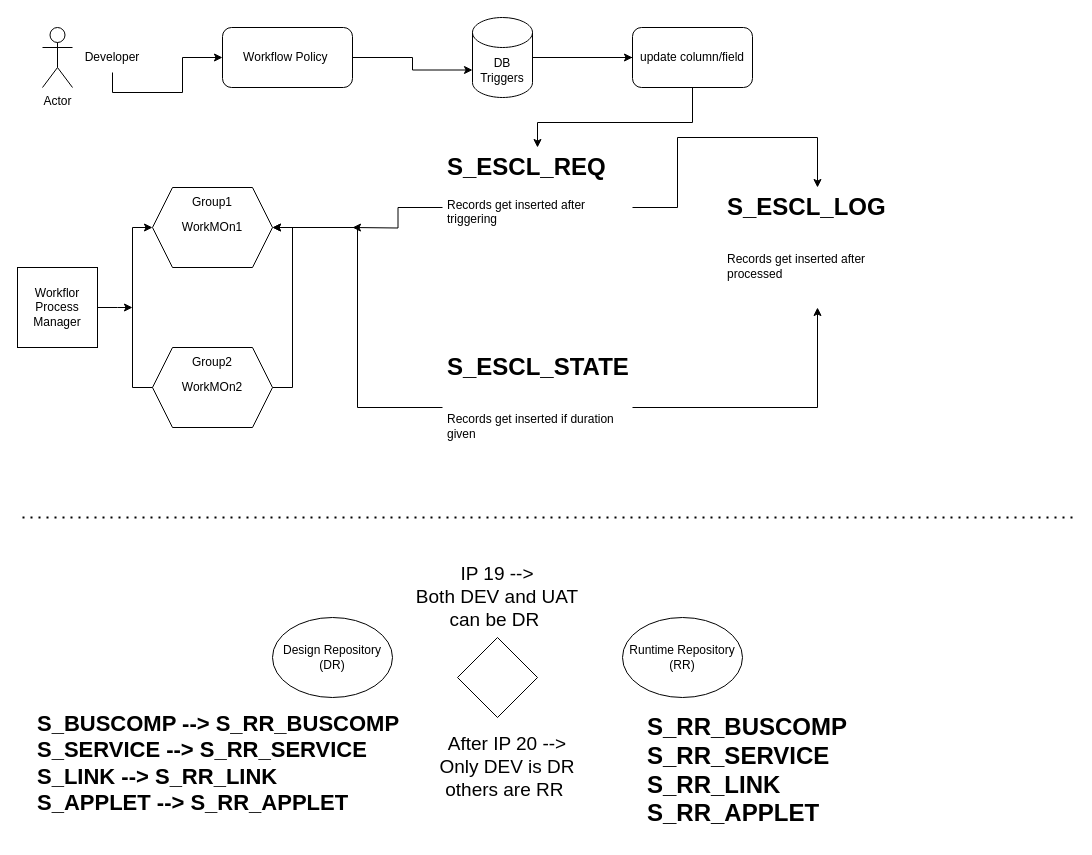
Earlier version of the draw.io diagram S_ESCL_REQ.drawio (Sagarraj2401/SiebelWorkspace). Source tidied: cells renumbered, new cells numbered last; positions are measured from the earlier drawing's top-left corner, leaving out a move shared by most shapes. Both pictures are drawn from the tidied source at 100%, with x=0, y=0 at pixel (17, 17).
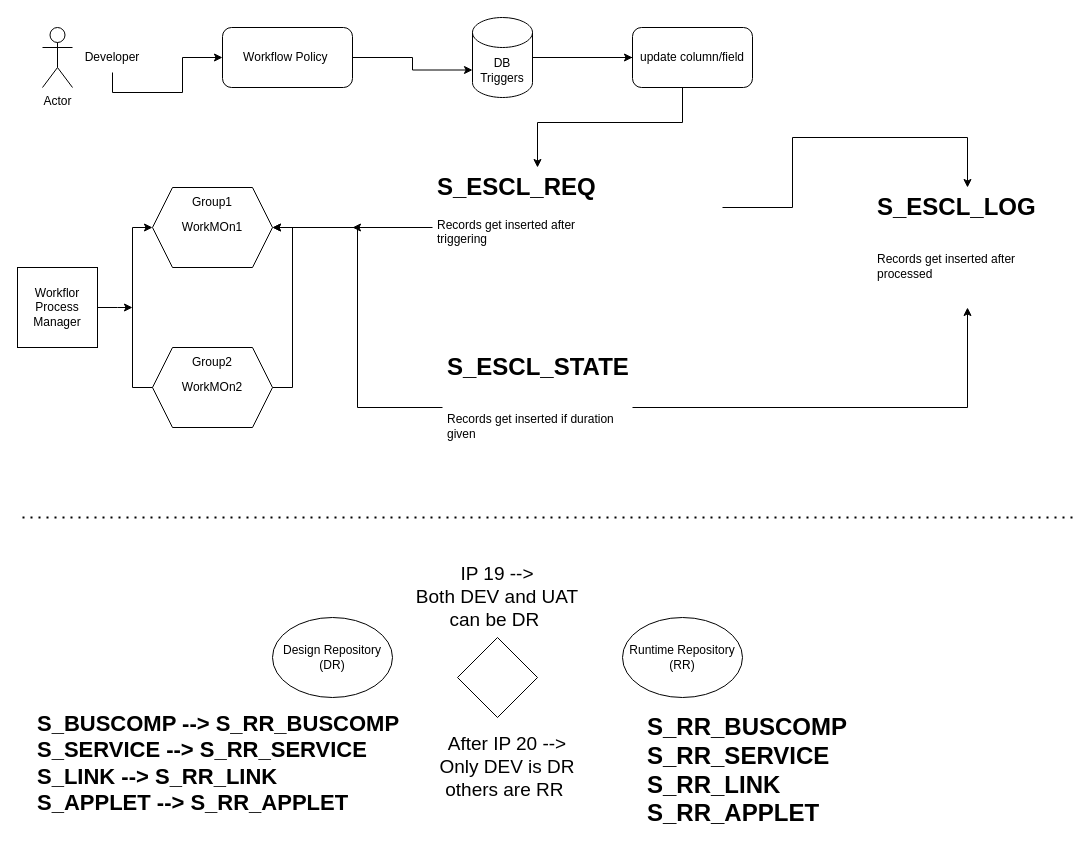
The same page after the edit.

The change refers to these unchanged cells:
```xml
<mxCell id="10" value="DB Triggers" style="shape=cylinder3;whiteSpace=wrap;html=1;boundedLbl=1;backgroundOutline=1;size=15;" parent="1" vertex="1">
  <mxGeometry x="455" width="60" height="80" as="geometry" />
</mxCell>
```

Diff of the diagram source:
```diff
@@
     <mxCell id="8" style="edgeStyle=orthogonalEdgeStyle;rounded=0;jettySize=auto;html=1;" parent="1" edge="1" source="10" target="21">
       <mxGeometry relative="1" as="geometry">
         <Array as="points">
-          <mxPoint x="675" y="40" />
-          <mxPoint x="675" y="105" />
+          <mxPoint x="665" y="40" />
+          <mxPoint x="665" y="105" />
           <mxPoint x="520" y="105" />
         </Array>
       </mxGeometry>
     </mxCell>
@@
-    <mxCell id="19" style="edgeStyle=orthogonalEdgeStyle;rounded=0;jettySize=auto;html=1;exitX=1;exitY=0.5;exitDx=0;exitDy=0;" parent="1" edge="1" source="21" target="22">
+    <mxCell id="19" style="edgeStyle=orthogonalEdgeStyle;rounded=0;jettySize=auto;html=1;" parent="1" edge="1" target="22">
       <mxGeometry relative="1" as="geometry">
+        <mxPoint x="705" y="190" as="sourcePoint" />
         <Array as="points">
-          <mxPoint x="660" y="190" />
-          <mxPoint x="660" y="120" />
-          <mxPoint x="800" y="120" />
+          <mxPoint x="775" y="190" />
+          <mxPoint x="775" y="120" />
+          <mxPoint x="950" y="120" />
         </Array>
       </mxGeometry>
     </mxCell>
@@
     <mxCell id="21" value="&lt;h1&gt;S_ESCL_REQ&lt;/h1&gt;&lt;div&gt;Records get inserted after triggering&lt;/div&gt;" style="text;html=1;strokeColor=none;fillColor=none;spacing=5;spacingTop=-20;whiteSpace=wrap;overflow=hidden;rounded=0;" parent="1" vertex="1">
-      <mxGeometry x="425" y="130" width="190" height="120" as="geometry" />
+      <mxGeometry x="415" y="150" width="190" height="120" as="geometry" />
     </mxCell>
     <mxCell id="22" value="&lt;h1&gt;S_ESCL_LOG&lt;/h1&gt;&lt;div&gt;&lt;br&gt;&lt;/div&gt;&lt;div&gt;Records get inserted after processed&lt;/div&gt;&lt;div&gt;&lt;br&gt;&lt;/div&gt;" style="text;html=1;strokeColor=none;fillColor=none;spacing=5;spacingTop=-20;whiteSpace=wrap;overflow=hidden;rounded=0;" parent="1" vertex="1">
-      <mxGeometry x="705" y="170" width="190" height="120" as="geometry" />
+      <mxGeometry x="855" y="170" width="190" height="120" as="geometry" />
     </mxCell>
```
